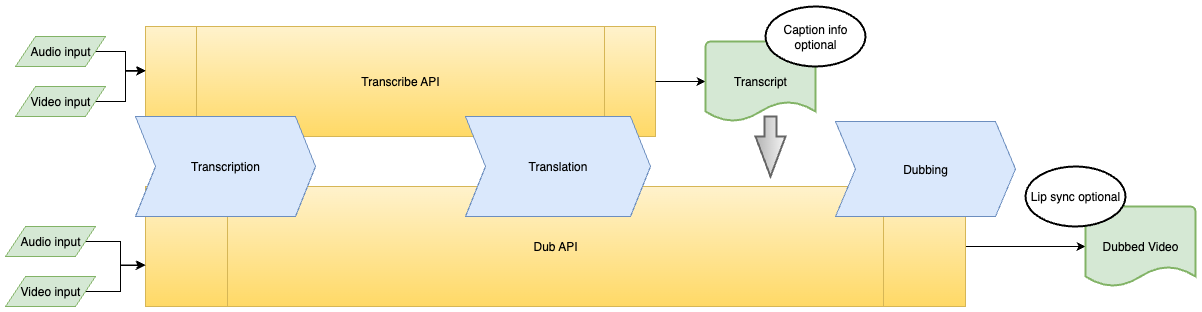
Before: src/pages/guides/TLS/TLS workflow Diagram.drawio.png, a diagram exported from draw.io (AdobeDocs/ffs-audio-video-API). Source tidied: cells renumbered, new cells last; positions are measured from the earlier drawing's top-left corner, leaving out a move shared by most shapes. The source it was exported from:
```xml
<mxGraphModel>
  <root>
    <mxCell id="0" />
    <mxCell id="1" parent="0" />
    <mxCell id="2" style="edgeStyle=orthogonalEdgeStyle;rounded=0;jettySize=auto;html=1;exitX=1;exitY=0.5;exitDx=0;exitDy=0;" parent="1" edge="1" source="3" target="24">
      <mxGeometry relative="1" as="geometry" />
    </mxCell>
    <mxCell id="3" value="Dub API" style="shape=process;whiteSpace=wrap;html=1;backgroundOutline=1;fillColor=#fff2cc;strokeColor=#d6b656;gradientColor=#ffd966;" parent="1" vertex="1">
      <mxGeometry x="140" y="180" width="820" height="120" as="geometry" />
    </mxCell>
    <mxCell id="4" value="Transcribe API" style="shape=process;whiteSpace=wrap;html=1;backgroundOutline=1;align=center;fillColor=#fff2cc;strokeColor=#d6b656;gradientColor=#ffd966;" parent="1" vertex="1">
      <mxGeometry x="140" y="20" width="510" height="110" as="geometry" />
    </mxCell>
    <mxCell id="5" value="Transcription" style="shape=step;perimeter=stepPerimeter;whiteSpace=wrap;html=1;fixedSize=1;fillColor=#dae8fc;strokeColor=#6c8ebf;" parent="1" vertex="1">
      <mxGeometry x="130" y="110" width="180" height="100" as="geometry" />
    </mxCell>
    <mxCell id="6" value="Dubbing" style="shape=step;perimeter=stepPerimeter;whiteSpace=wrap;html=1;fixedSize=1;fillColor=#dae8fc;strokeColor=#6c8ebf;" parent="1" vertex="1">
      <mxGeometry x="830" y="115" width="180" height="95" as="geometry" />
    </mxCell>
    <mxCell id="7" value="Translation" style="shape=step;perimeter=stepPerimeter;whiteSpace=wrap;html=1;fixedSize=1;fillColor=#dae8fc;strokeColor=#6c8ebf;" parent="1" vertex="1">
      <mxGeometry x="460" y="110" width="185" height="100" as="geometry" />
    </mxCell>
    <mxCell id="8" style="edgeStyle=orthogonalEdgeStyle;rounded=0;jettySize=auto;html=1;exitX=1;exitY=0.5;exitDx=0;exitDy=0;entryX=-0.001;entryY=0.659;entryDx=0;entryDy=0;entryPerimeter=0;" parent="1" edge="1" source="18" target="3">
      <mxGeometry relative="1" as="geometry" />
    </mxCell>
    <mxCell id="9" style="edgeStyle=orthogonalEdgeStyle;rounded=0;jettySize=auto;html=1;exitX=1;exitY=0.5;exitDx=0;exitDy=0;entryX=0;entryY=0.655;entryDx=0;entryDy=0;entryPerimeter=0;" parent="1" edge="1" source="19" target="3">
      <mxGeometry relative="1" as="geometry" />
    </mxCell>
    <mxCell id="10" style="edgeStyle=orthogonalEdgeStyle;rounded=0;jettySize=auto;html=1;exitX=1;exitY=0.5;exitDx=0;exitDy=0;entryX=0;entryY=0.4;entryDx=0;entryDy=0;entryPerimeter=0;" parent="1" edge="1" source="15" target="4">
      <mxGeometry relative="1" as="geometry" />
    </mxCell>
    <mxCell id="11" style="edgeStyle=orthogonalEdgeStyle;rounded=0;jettySize=auto;html=1;exitX=1;exitY=0.5;exitDx=0;exitDy=0;entryX=-0.001;entryY=0.407;entryDx=0;entryDy=0;entryPerimeter=0;" parent="1" edge="1" source="16" target="4">
      <mxGeometry relative="1" as="geometry" />
    </mxCell>
    <mxCell id="12" style="edgeStyle=orthogonalEdgeStyle;rounded=0;jettySize=auto;html=1;exitX=1;exitY=0.5;exitDx=0;exitDy=0;entryX=0;entryY=0.5;entryDx=0;entryDy=0;entryPerimeter=0;" parent="1" edge="1" source="4" target="21">
      <mxGeometry relative="1" as="geometry" />
    </mxCell>
    <mxCell id="13" style="verticalLabelPosition=bottom;verticalAlign=top;html=1;strokeWidth=2;shape=mxgraph.arrows2.arrow;dy=0.6;dx=40;notch=0;rotation=0;direction=south;fillColor=#f5f5f5;strokeColor=#666666;gradientColor=#b3b3b3;" parent="1" vertex="1">
      <mxGeometry x="750" y="110" width="30" height="60" as="geometry" />
    </mxCell>
    <mxCell id="14" style="group;" parent="1" vertex="1">
      <mxGeometry x="10" y="30" width="90" height="80" as="geometry" />
    </mxCell>
    <mxCell id="15" value="Audio input" style="shape=parallelogram;perimeter=parallelogramPerimeter;whiteSpace=wrap;html=1;fixedSize=1;fillColor=#d5e8d4;strokeColor=#82b366;" parent="14" vertex="1">
      <mxGeometry width="90" height="30" as="geometry" />
    </mxCell>
    <mxCell id="16" value="Video input" style="shape=parallelogram;perimeter=parallelogramPerimeter;whiteSpace=wrap;html=1;fixedSize=1;fillColor=#d5e8d4;strokeColor=#82b366;" parent="14" vertex="1">
      <mxGeometry y="50" width="90" height="30" as="geometry" />
    </mxCell>
    <mxCell id="17" style="group;" parent="1" vertex="1">
      <mxGeometry y="220" width="90" height="80" as="geometry" />
    </mxCell>
    <mxCell id="18" value="Audio input" style="shape=parallelogram;perimeter=parallelogramPerimeter;whiteSpace=wrap;html=1;fixedSize=1;fillColor=#d5e8d4;strokeColor=#82b366;" parent="17" vertex="1">
      <mxGeometry width="90" height="30" as="geometry" />
    </mxCell>
    <mxCell id="19" value="Video input" style="shape=parallelogram;perimeter=parallelogramPerimeter;whiteSpace=wrap;html=1;fixedSize=1;fillColor=#d5e8d4;strokeColor=#82b366;" parent="17" vertex="1">
      <mxGeometry y="50" width="90" height="30" as="geometry" />
    </mxCell>
    <mxCell id="20" style="group;" parent="1" vertex="1">
      <mxGeometry x="700" width="160" height="115" as="geometry" />
    </mxCell>
    <mxCell id="21" value="Transcript" style="strokeWidth=2;html=1;shape=mxgraph.flowchart.document2;whiteSpace=wrap;size=0.25;fillColor=#d5e8d4;strokeColor=#82b366;" parent="20" vertex="1">
      <mxGeometry y="35" width="110" height="80" as="geometry" />
    </mxCell>
    <mxCell id="22" value="Caption info optional" style="strokeWidth=2;html=1;shape=mxgraph.flowchart.start_1;whiteSpace=wrap;" parent="20" vertex="1">
      <mxGeometry x="60" width="100" height="60" as="geometry" />
    </mxCell>
    <mxCell id="23" style="group;" parent="1" vertex="1">
      <mxGeometry x="1020" y="160" width="170" height="120" as="geometry" />
    </mxCell>
    <mxCell id="24" value="Dubbed Video" style="strokeWidth=2;html=1;shape=mxgraph.flowchart.document2;whiteSpace=wrap;size=0.25;fillColor=#d5e8d4;strokeColor=#82b366;" parent="23" vertex="1">
      <mxGeometry x="60" y="40" width="110" height="80" as="geometry" />
    </mxCell>
    <mxCell id="25" value="Lip sync optional" style="strokeWidth=2;html=1;shape=mxgraph.flowchart.start_1;whiteSpace=wrap;" parent="23" vertex="1">
      <mxGeometry width="100" height="60" as="geometry" />
    </mxCell>
  </root>
</mxGraphModel>
```
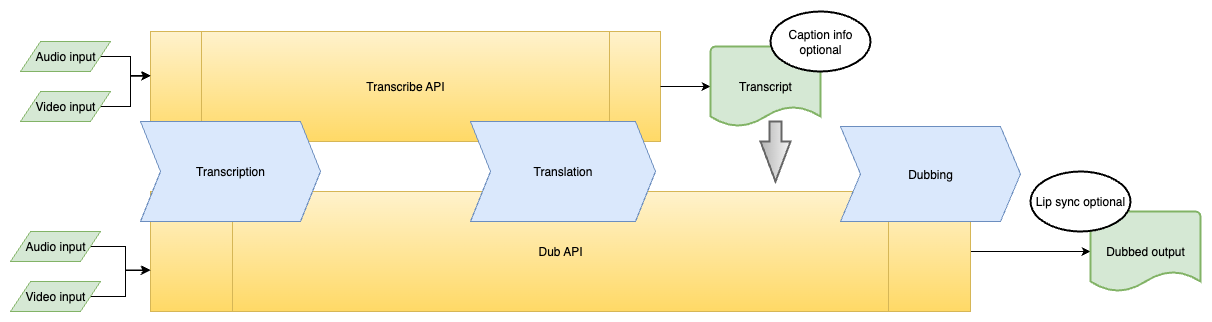
After the change.

Commit message:
updated TLS diagram

Diff of the diagram source:
```diff
@@ -68,7 +68,7 @@
     <mxCell id="23" style="group;" parent="1" vertex="1">
       <mxGeometry x="1020" y="160" width="170" height="120" as="geometry" />
     </mxCell>
-    <mxCell id="24" value="Dubbed Video" style="strokeWidth=2;html=1;shape=mxgraph.flowchart.document2;whiteSpace=wrap;size=0.25;fillColor=#d5e8d4;strokeColor=#82b366;" parent="23" vertex="1">
+    <mxCell id="24" value="Dubbed output" style="strokeWidth=2;html=1;shape=mxgraph.flowchart.document2;whiteSpace=wrap;size=0.25;fillColor=#d5e8d4;strokeColor=#82b366;" parent="23" vertex="1">
       <mxGeometry x="60" y="40" width="110" height="80" as="geometry" />
     </mxCell>
     <mxCell id="25" value="Lip sync optional" style="strokeWidth=2;html=1;shape=mxgraph.flowchart.start_1;whiteSpace=wrap;" parent="23" vertex="1">
```
